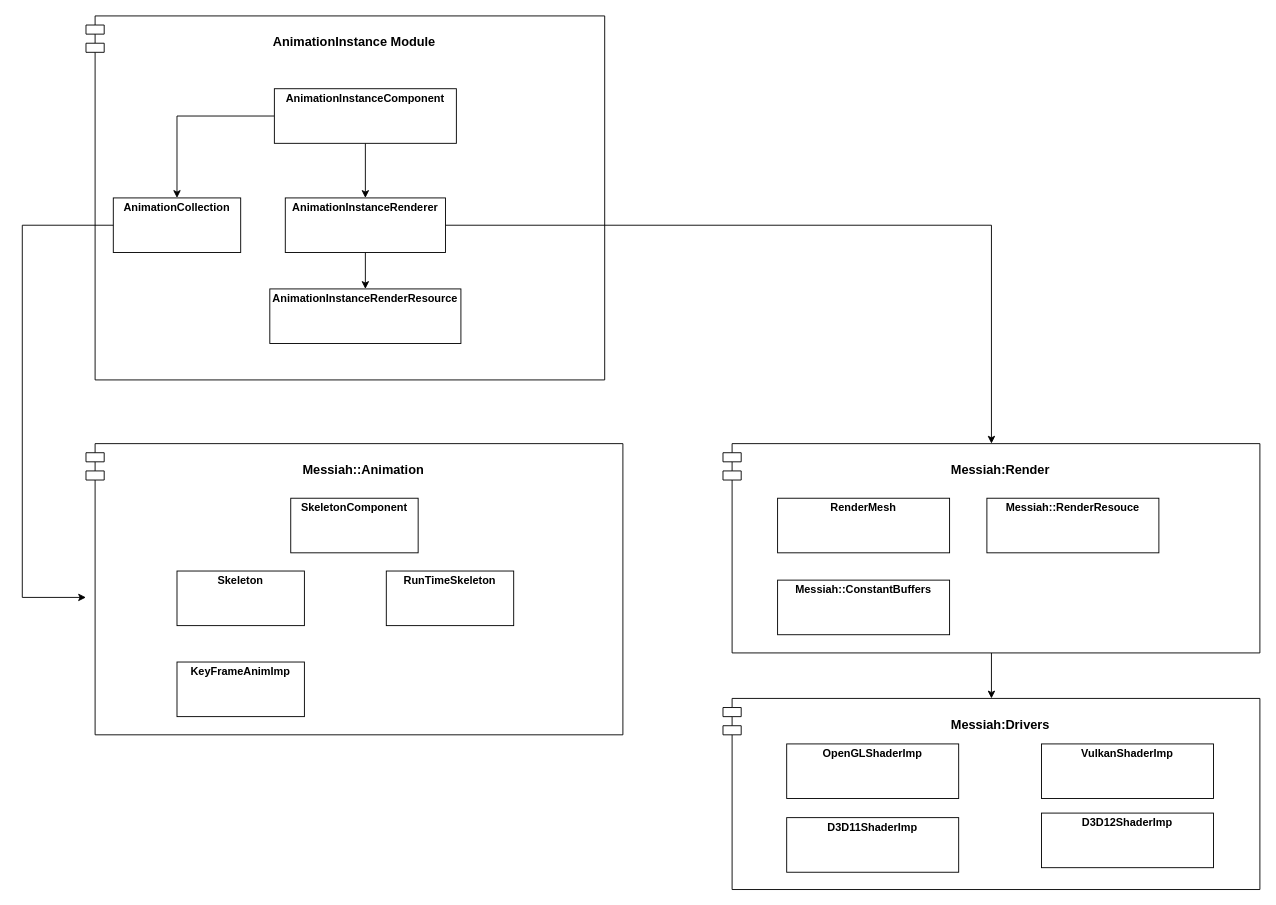
This is anim_instancing.drawio from qiaoqiaoxiong/diagram, a draw.io file, before an edit. Source tidied: cells renumbered, new cells numbered last; positions are measured from the earlier drawing's top-left corner, leaving out a move shared by most shapes. Both pictures are drawn from the tidied source at 91%, with x=0, y=0 at pixel (22, 15).
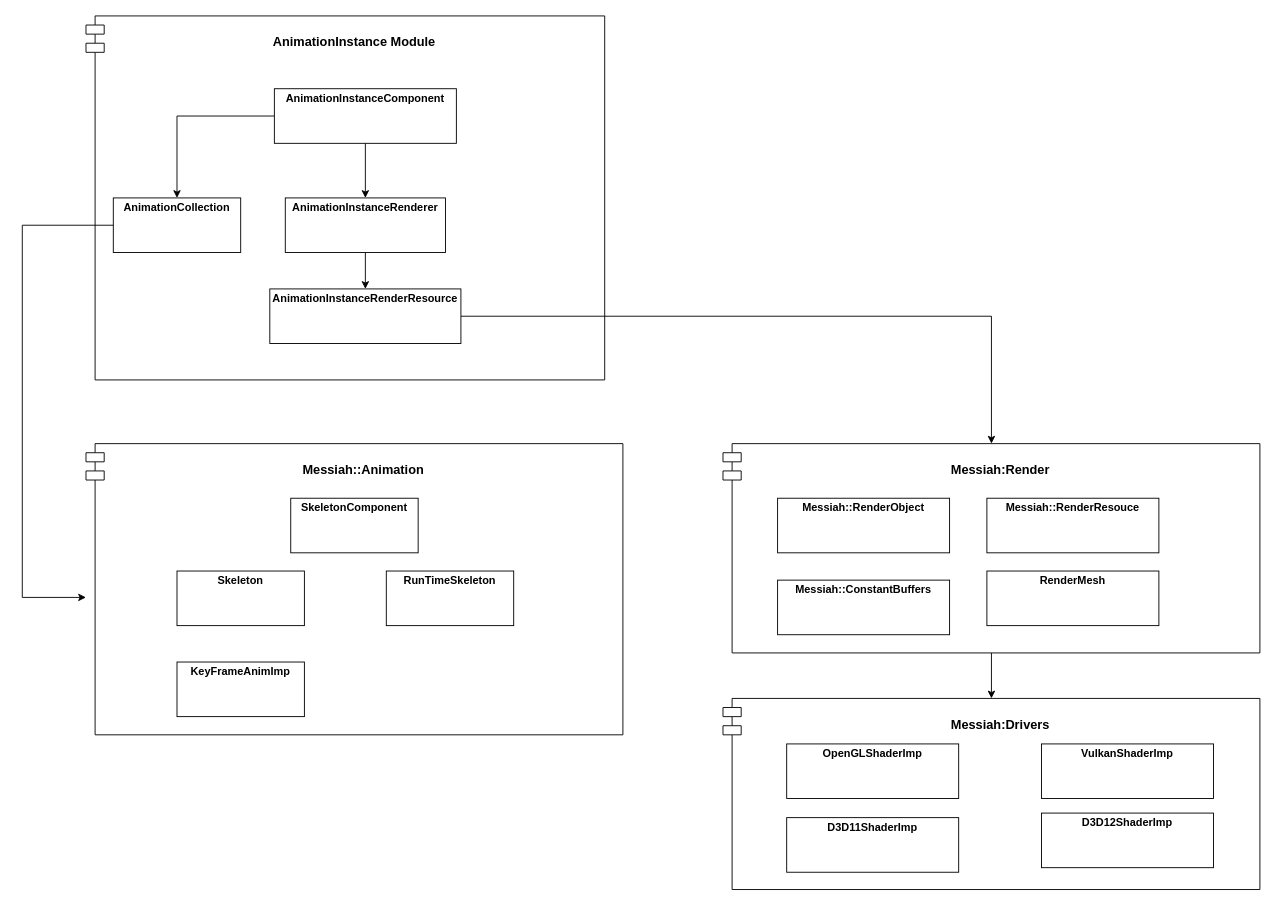
After the change.

The change refers to these unchanged cells:
```xml
<mxCell id="13" value="&lt;p style=&quot;margin:0px;margin-top:4px;text-align:center;&quot;&gt;&lt;b&gt;AnimationInstanceRenderer&lt;/b&gt;&lt;/p&gt;" style="verticalAlign=top;align=left;overflow=fill;html=1;whiteSpace=wrap;" parent="1" vertex="1">
  <mxGeometry x="289" y="200" width="176" height="60" as="geometry" />
</mxCell>
<mxCell id="14" value="&lt;p style=&quot;margin:0px;margin-top:4px;text-align:center;&quot;&gt;&lt;b&gt;AnimationInstanceRenderResource&lt;/b&gt;&lt;/p&gt;" style="verticalAlign=top;align=left;overflow=fill;html=1;whiteSpace=wrap;" parent="1" vertex="1">
  <mxGeometry x="272" y="300" width="210" height="60" as="geometry" />
</mxCell>
<mxCell id="17" value="&lt;h3&gt;Messiah:Render&lt;/h3&gt;" style="shape=module;align=left;spacingLeft=20;align=center;verticalAlign=top;whiteSpace=wrap;html=1;" parent="1" vertex="1">
  <mxGeometry x="770" y="470" width="590" height="230" as="geometry" />
</mxCell>
```

The edit, as a diff of the source:
```diff
@@
-    <mxCell id="12" style="edgeStyle=orthogonalEdgeStyle;rounded=0;jettySize=auto;html=1;entryX=0.5;entryY=0;entryDx=0;entryDy=0;" parent="1" edge="1" source="13" target="17">
-      <mxGeometry relative="1" as="geometry" />
-    </mxCell>
@@
+    <mxCell id="27" style="edgeStyle=orthogonalEdgeStyle;rounded=0;jettySize=auto;html=1;exitX=1;exitY=0.5;exitDx=0;exitDy=0;entryX=0.5;entryY=0;entryDx=0;entryDy=0;" parent="1" edge="1" source="14" target="17">
+      <mxGeometry relative="1" as="geometry">
+        <Array as="points">
+          <mxPoint x="1065" y="330" />
+        </Array>
+      </mxGeometry>
+    </mxCell>
@@
     <mxCell id="21" value="&lt;p style=&quot;margin:0px;margin-top:4px;text-align:center;&quot;&gt;&lt;b&gt;RenderMesh&lt;/b&gt;&lt;/p&gt;" style="verticalAlign=top;align=left;overflow=fill;html=1;whiteSpace=wrap;" parent="1" vertex="1">
-      <mxGeometry x="830" y="530" width="189" height="60" as="geometry" />
+      <mxGeometry x="1060" y="610" width="189" height="60" as="geometry" />
     </mxCell>
@@
+    <mxCell id="28" value="&lt;p style=&quot;margin:0px;margin-top:4px;text-align:center;&quot;&gt;&lt;b&gt;Messiah::RenderObject&lt;/b&gt;&lt;/p&gt;" style="verticalAlign=top;align=left;overflow=fill;html=1;whiteSpace=wrap;" parent="1" vertex="1">
+      <mxGeometry x="830" y="530" width="189" height="60" as="geometry" />
+    </mxCell>
```
